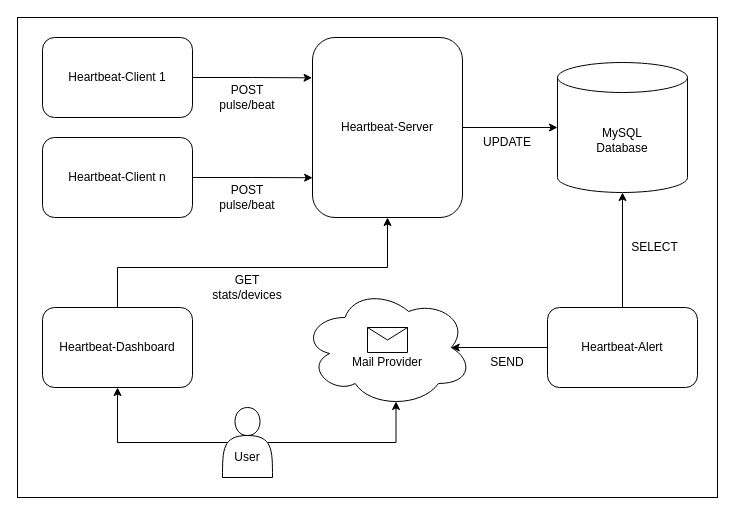
The draw.io diagram docs/components.drawio in LuisNaldo7/heartbeat-local-dev-env, before the edit. Source tidied: cells renumbered, new cells numbered last; positions are measured from the earlier drawing's top-left corner, leaving out a move shared by most shapes. Both pictures are drawn from the tidied source at 100%, with x=0, y=0 at pixel (17, 17). Pictures stored in the file or linked from it are replaced by grey dashed boxes.
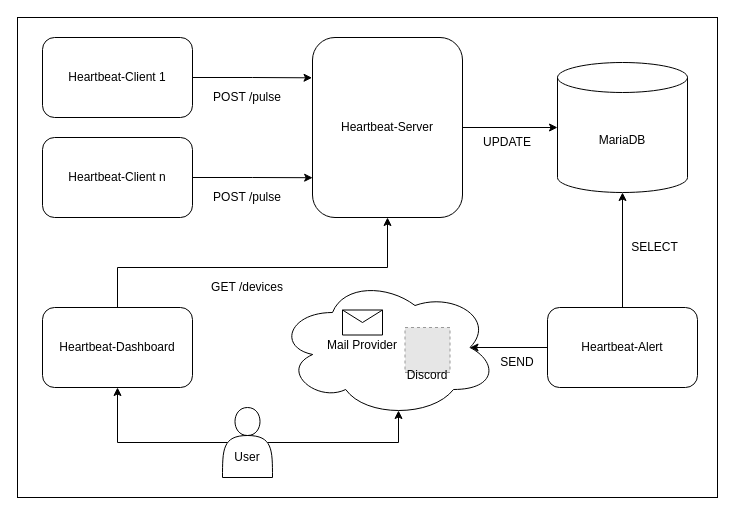
The same diagram, later.

The change refers to these unchanged cells:
```xml
<mxCell id="25" value="&lt;br&gt;&lt;br&gt;User" style="shape=actor;whiteSpace=wrap;html=1;" parent="1" vertex="1">
  <mxGeometry x="205" y="390" width="50" height="70" as="geometry" />
</mxCell>
```

Change to the diagram source:
```diff
@@
-    <mxCell id="5" value="&lt;br&gt;&lt;br&gt;Mail Provider" style="ellipse;shape=cloud;whiteSpace=wrap;html=1;" parent="1" vertex="1">
-      <mxGeometry x="285" y="270" width="170" height="120" as="geometry" />
+    <mxCell id="5" style="ellipse;shape=cloud;whiteSpace=wrap;html=1;" parent="1" vertex="1">
+      <mxGeometry x="260" y="260" width="220" height="140" as="geometry" />
     </mxCell>
-    <mxCell id="6" value="MySQL&lt;br&gt;Database" style="shape=cylinder3;whiteSpace=wrap;html=1;boundedLbl=1;backgroundOutline=1;size=15;" parent="1" vertex="1">
+    <mxCell id="6" value="MariaDB" style="shape=cylinder3;whiteSpace=wrap;html=1;boundedLbl=1;backgroundOutline=1;size=15;" parent="1" vertex="1">
       <mxGeometry x="540" y="45" width="130" height="130" as="geometry" />
     </mxCell>
     <mxCell id="7" style="shape=message;html=1;whiteSpace=wrap;html=1;" parent="1" vertex="1">
-      <mxGeometry x="350" y="310" width="40" height="25" as="geometry" />
+      <mxGeometry x="325" y="292.5" width="40" height="25" as="geometry" />
     </mxCell>
@@
-    <mxCell id="15" value="POST pulse/beat" style="text;html=1;strokeColor=none;fillColor=none;align=center;verticalAlign=middle;whiteSpace=wrap;rounded=0;" parent="1" vertex="1">
+    <mxCell id="15" value="POST /pulse" style="text;html=1;strokeColor=none;fillColor=none;align=center;verticalAlign=middle;whiteSpace=wrap;rounded=0;" parent="1" vertex="1">
       <mxGeometry x="190" y="70" width="80" height="20" as="geometry" />
     </mxCell>
-    <mxCell id="16" value="GET stats/devices" style="text;html=1;strokeColor=none;fillColor=none;align=center;verticalAlign=middle;whiteSpace=wrap;rounded=0;" parent="1" vertex="1">
-      <mxGeometry x="200" y="260" width="60" height="20" as="geometry" />
+    <mxCell id="16" value="GET /devices" style="text;html=1;strokeColor=none;fillColor=none;align=center;verticalAlign=middle;whiteSpace=wrap;rounded=0;" parent="1" vertex="1">
+      <mxGeometry x="190" y="260" width="80" height="20" as="geometry" />
     </mxCell>
@@
     <mxCell id="19" value="SEND" style="text;html=1;strokeColor=none;fillColor=none;align=center;verticalAlign=middle;whiteSpace=wrap;rounded=0;" parent="1" vertex="1">
-      <mxGeometry x="450" y="335" width="80" height="20" as="geometry" />
+      <mxGeometry x="460" y="335" width="80" height="20" as="geometry" />
     </mxCell>
@@
-    <mxCell id="22" value="POST pulse/beat" style="text;html=1;strokeColor=none;fillColor=none;align=center;verticalAlign=middle;whiteSpace=wrap;rounded=0;" parent="1" vertex="1">
+    <mxCell id="22" value="POST /pulse" style="text;html=1;strokeColor=none;fillColor=none;align=center;verticalAlign=middle;whiteSpace=wrap;rounded=0;" parent="1" vertex="1">
       <mxGeometry x="190" y="170" width="80" height="20" as="geometry" />
     </mxCell>
@@
     <mxCell id="24" style="edgeStyle=orthogonalEdgeStyle;rounded=0;jettySize=auto;html=1;exitX=0.9;exitY=0.5;exitDx=0;exitDy=0;exitPerimeter=0;entryX=0.55;entryY=0.95;entryDx=0;entryDy=0;entryPerimeter=0;" parent="1" edge="1" source="25" target="5">
       <mxGeometry relative="1" as="geometry">
         <Array as="points">
-          <mxPoint x="379" y="425" />
+          <mxPoint x="381" y="425" />
         </Array>
       </mxGeometry>
     </mxCell>
@@
+    <mxCell id="26" style="fillColor=#E6E6E6;strokeColor=#999999;dashed=1;verticalLabelPosition=bottom;verticalAlign=top;" parent="1" vertex="1">
+      <mxGeometry x="387.5" y="310" width="45" height="45" as="geometry" />
+    </mxCell>
+    <mxCell id="27" value="Discord" style="text;html=1;strokeColor=none;fillColor=none;align=center;verticalAlign=middle;whiteSpace=wrap;rounded=0;" parent="1" vertex="1">
+      <mxGeometry x="380" y="342.5" width="60" height="30" as="geometry" />
+    </mxCell>
+    <mxCell id="28" value="Mail Provider" style="text;html=1;strokeColor=none;fillColor=none;align=center;verticalAlign=middle;whiteSpace=wrap;rounded=0;" parent="1" vertex="1">
+      <mxGeometry x="300" y="312.5" width="90" height="30" as="geometry" />
+    </mxCell>
```
